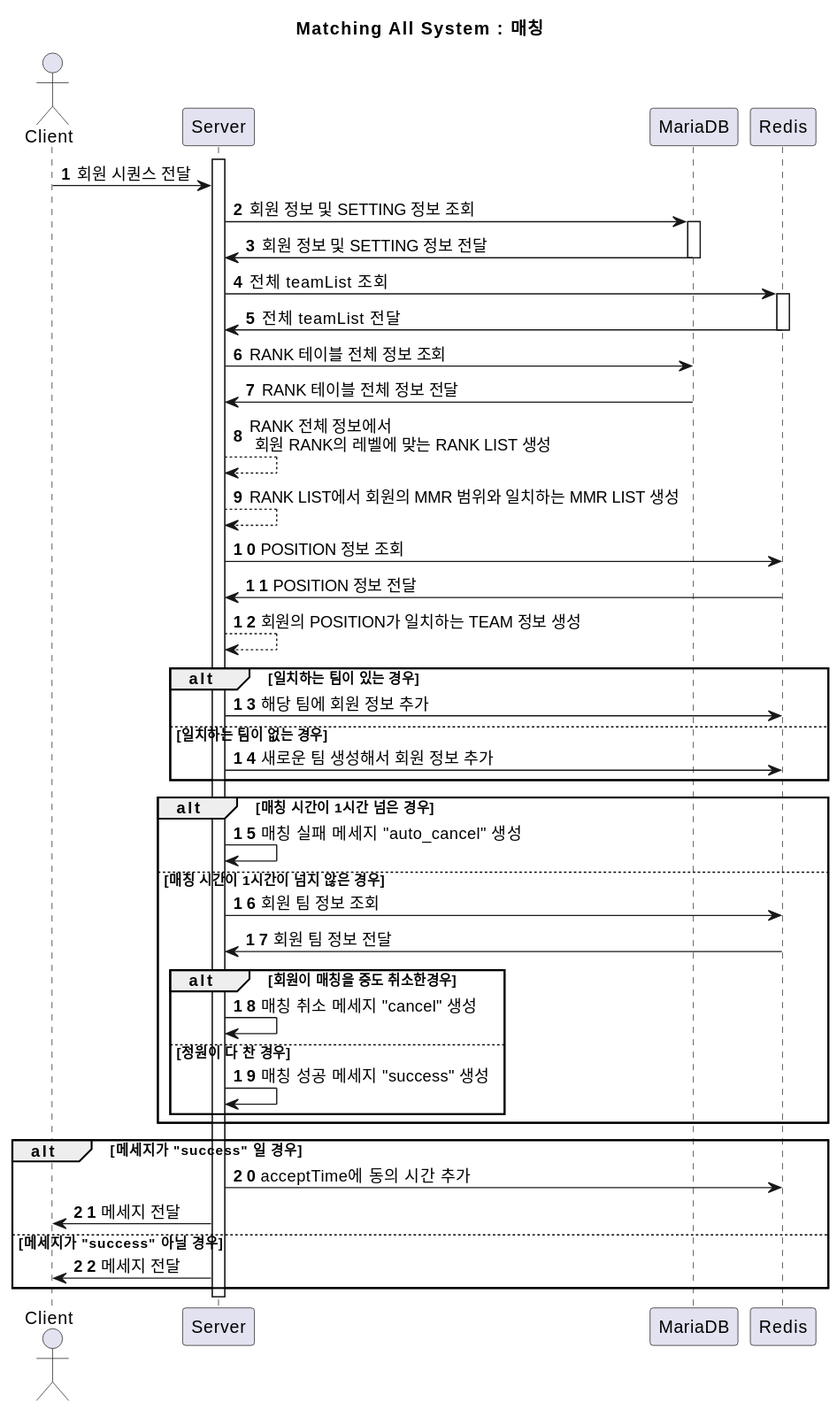
Before: all/매칭.svg, a diagram exported from PlantUML (meeejyu/lolMatching). Its diagram source:
```plantuml
@startuml
autonumber

title Matching All System : 매칭
actor Client

activate Server
Client -> Server : 회원 시퀀스 전달

Server -> MariaDB : 회원 정보 및 SETTING 정보 조회

activate MariaDB
MariaDB -> Server : 회원 정보 및 SETTING 정보 전달
deactivate MariaDB

Server -> Redis : 전체 teamList 조회

activate Redis
Redis -> Server : 전체 teamList 전달
deactivate Redis

Server -> MariaDB : RANK 테이블 전체 정보 조회

MariaDB -> Server : RANK 테이블 전체 정보 전달

Server --> Server : RANK 전체 정보에서\n 회원 RANK의 레벨에 맞는 RANK LIST 생성

Server --> Server : RANK LIST에서 회원의 MMR 범위와 일치하는 MMR LIST 생성

Server -> Redis : POSITION 정보 조회

Redis -> Server : POSITION 정보 전달

Server --> Server : 회원의 POSITION가 일치하는 TEAM 정보 생성

alt 일치하는 팀이 있는 경우
Server -> Redis : 해당 팀에 회원 정보 추가
else 일치하는 팀이 없는 경우
Server -> Redis : 새로운 팀 생성해서 회원 정보 추가
end

alt 매칭 시간이 1시간 넘은 경우
  Server -> Server : 매칭 실패 메세지 "auto_cancel" 생성

else 매칭 시간이 1시간이 넘지 않은 경우
  Server -> Redis : 회원 팀 정보 조회
  Redis -> Server : 회원 팀 정보 전달

    alt 회원이 매칭을 중도 취소한경우
      Server -> Server : 매칭 취소 메세지 "cancel" 생성

    else 정원이 다 찬 경우
      Server -> Server : 매칭 성공 메세지 "success" 생성
    end
end

alt 메세지가 "success" 일 경우
  Server -> Redis : acceptTime에 동의 시간 추가
  Server -> Client : 메세지 전달
else 메세지가 "success" 아닐 경우
  Server -> Client : 메세지 전달
end
deactivate Server
@enduml
```
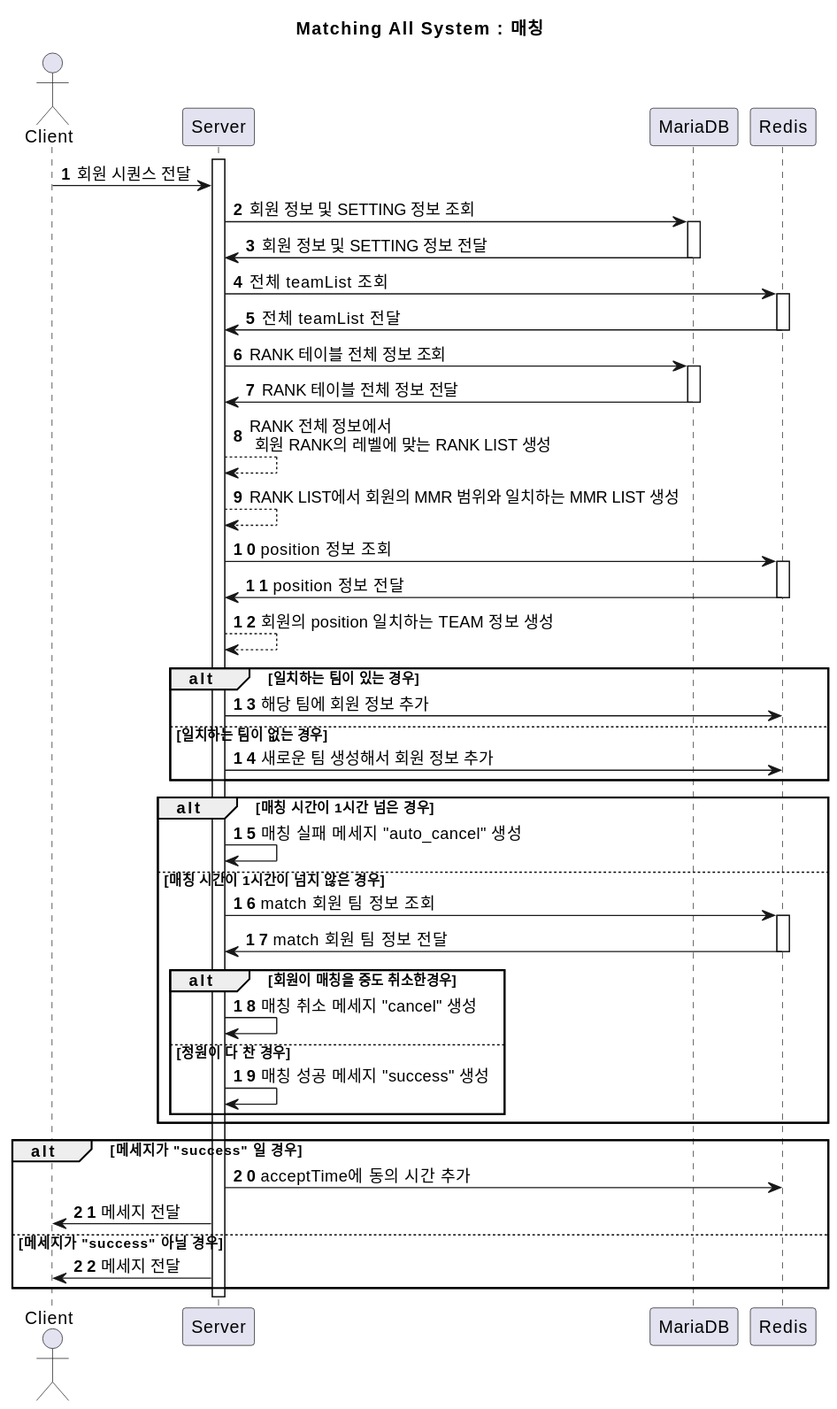
Later version of the same file.

Commit message:
feat : "매칭 시퀀스 다이어그램 수정"

Change to the diagram source:
```diff
@@ -20,18 +20,20 @@
 deactivate Redis
 
 Server -> MariaDB : RANK 테이블 전체 정보 조회
-
+activate MariaDB
 MariaDB -> Server : RANK 테이블 전체 정보 전달
+deactivate MariaDB
 
 Server --> Server : RANK 전체 정보에서\n 회원 RANK의 레벨에 맞는 RANK LIST 생성
 
 Server --> Server : RANK LIST에서 회원의 MMR 범위와 일치하는 MMR LIST 생성
 
-Server -> Redis : POSITION 정보 조회
+Server -> Redis : position 정보 조회
+activate Redis
+Redis -> Server : position 정보 전달
+deactivate Redis
 
-Redis -> Server : POSITION 정보 전달
-
-Server --> Server : 회원의 POSITION가 일치하는 TEAM 정보 생성
+Server --> Server : 회원의 position 일치하는 TEAM 정보 생성
 
 alt 일치하는 팀이 있는 경우
 Server -> Redis : 해당 팀에 회원 정보 추가
@@ -43,8 +45,10 @@
   Server -> Server : 매칭 실패 메세지 "auto_cancel" 생성
 
 else 매칭 시간이 1시간이 넘지 않은 경우
-  Server -> Redis : 회원 팀 정보 조회
-  Redis -> Server : 회원 팀 정보 전달
+  Server -> Redis : match 회원 팀 정보 조회
+  activate Redis
+  Redis -> Server : match 회원 팀 정보 전달
+  deactivate Redis
 
     alt 회원이 매칭을 중도 취소한경우
       Server -> Server : 매칭 취소 메세지 "cancel" 생성
```
